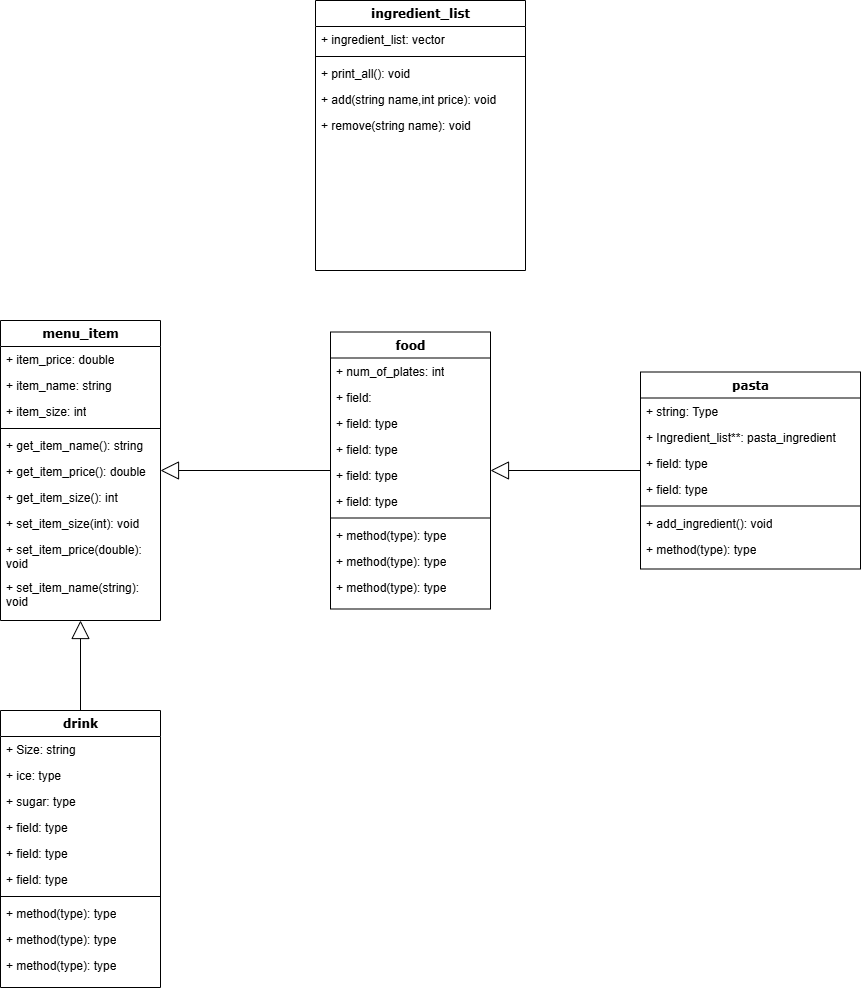
Earlier version of the draw.io export UML.png (SohamA12345/Project). Source tidied: cells renumbered, new cells last; positions are measured from the earlier drawing's top-left corner, leaving out a move shared by most shapes.
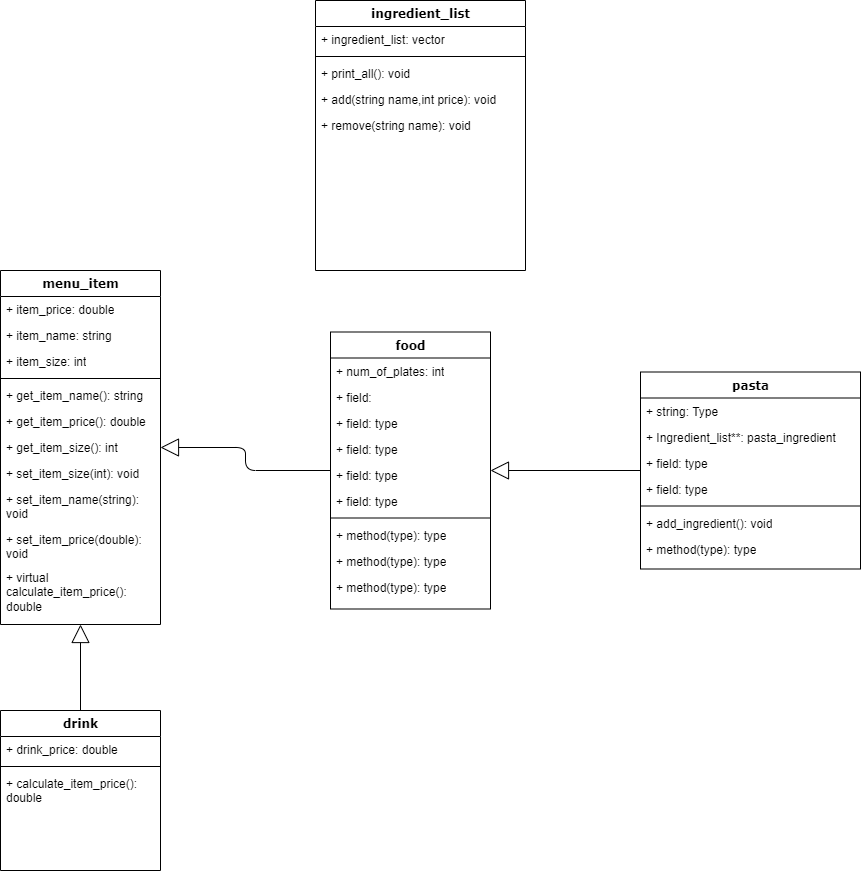
Later version of the same file.

The edit, as a diff of the source:
```diff
@@ -3,7 +3,7 @@
     <mxCell id="0" />
     <mxCell id="1" parent="0" />
     <mxCell id="2" value="&lt;div&gt;menu_item&lt;br&gt;&lt;/div&gt;" style="swimlane;html=1;fontStyle=1;align=center;verticalAlign=top;horizontal=1;startSize=26;swimlaneFillColor=#ffffff;rounded=0;shadow=0;comic=0;labelBackgroundColor=none;strokeWidth=1;fillColor=none;fontFamily=Verdana;fontSize=12;" parent="1" vertex="1">
-      <mxGeometry y="320" width="160" height="300" as="geometry" />
+      <mxGeometry y="270" width="160" height="354" as="geometry" />
     </mxCell>
     <mxCell id="3" value="+ item_price: double" style="text;html=1;strokeColor=none;fillColor=none;align=left;verticalAlign=top;spacingLeft=4;spacingRight=4;whiteSpace=wrap;overflow=hidden;" parent="2" vertex="1">
       <mxGeometry y="26" width="160" height="26" as="geometry" />
@@ -29,12 +29,15 @@
     <mxCell id="10" value="+ set_item_size(int): void" style="text;html=1;strokeColor=none;fillColor=none;align=left;verticalAlign=top;spacingLeft=4;spacingRight=4;whiteSpace=wrap;overflow=hidden;" parent="2" vertex="1">
       <mxGeometry y="190" width="160" height="26" as="geometry" />
     </mxCell>
+    <mxCell id="12" value="+ set_item_name(string): void" style="text;html=1;strokeColor=none;fillColor=none;align=left;verticalAlign=top;spacingLeft=4;spacingRight=4;whiteSpace=wrap;overflow=hidden;" parent="2" vertex="1">
+      <mxGeometry y="216" width="160" height="40" as="geometry" />
+    </mxCell>
     <mxCell id="11" value="+ set_item_price(double): void" style="text;html=1;strokeColor=none;fillColor=none;align=left;verticalAlign=top;spacingLeft=4;spacingRight=4;whiteSpace=wrap;overflow=hidden;" parent="2" vertex="1">
-      <mxGeometry y="216" width="160" height="38" as="geometry" />
+      <mxGeometry y="256" width="160" height="38" as="geometry" />
     </mxCell>
-    <mxCell id="12" value="+ set_item_name(string): void" style="text;html=1;strokeColor=none;fillColor=none;align=left;verticalAlign=top;spacingLeft=4;spacingRight=4;whiteSpace=wrap;overflow=hidden;" parent="2" vertex="1">
-      <mxGeometry y="254" width="160" height="40" as="geometry" />
-    </mxCell>
+    <mxCell id="52" value="+ virtual calculate_item_price(): double" style="text;html=1;strokeColor=none;fillColor=none;align=left;verticalAlign=top;spacingLeft=4;spacingRight=4;whiteSpace=wrap;overflow=hidden;" parent="2" vertex="1">
+      <mxGeometry y="294" width="160" height="60" as="geometry" />
+    </mxCell>
     <mxCell id="13" style="edgeStyle=orthogonalEdgeStyle;html=1;labelBackgroundColor=none;startFill=0;startSize=8;endArrow=block;endFill=0;endSize=16;fontFamily=Verdana;fontSize=12;elbow=vertical;rounded=1;strokeColor=default;align=center;verticalAlign=middle;fontColor=default;" parent="1" edge="1" source="25" target="14">
       <mxGeometry relative="1" as="geometry" />
     </mxCell>
@@ -102,38 +105,17 @@
       <mxGeometry relative="1" as="geometry" />
     </mxCell>
     <mxCell id="35" value="drink" style="swimlane;html=1;fontStyle=1;align=center;verticalAlign=top;horizontal=1;startSize=26;swimlaneFillColor=#ffffff;rounded=0;shadow=0;comic=0;labelBackgroundColor=none;strokeWidth=1;fillColor=none;fontFamily=Verdana;fontSize=12;" parent="1" vertex="1">
-      <mxGeometry y="710" width="160" height="277" as="geometry" />
+      <mxGeometry y="710" width="160" height="160" as="geometry" />
     </mxCell>
-    <mxCell id="36" value="+ Size: string" style="text;html=1;strokeColor=none;fillColor=none;align=left;verticalAlign=top;spacingLeft=4;spacingRight=4;whiteSpace=wrap;overflow=hidden;" parent="35" vertex="1">
+    <mxCell id="36" value="+ drink_price: double" style="text;html=1;strokeColor=none;fillColor=none;align=left;verticalAlign=top;spacingLeft=4;spacingRight=4;whiteSpace=wrap;overflow=hidden;" parent="35" vertex="1">
       <mxGeometry y="26" width="160" height="26" as="geometry" />
     </mxCell>
-    <mxCell id="37" value="+ ice: type" style="text;html=1;strokeColor=none;fillColor=none;align=left;verticalAlign=top;spacingLeft=4;spacingRight=4;whiteSpace=wrap;overflow=hidden;" parent="35" vertex="1">
-      <mxGeometry y="52" width="160" height="26" as="geometry" />
-    </mxCell>
-    <mxCell id="38" value="+ sugar: type" style="text;html=1;strokeColor=none;fillColor=none;align=left;verticalAlign=top;spacingLeft=4;spacingRight=4;whiteSpace=wrap;overflow=hidden;" parent="35" vertex="1">
-      <mxGeometry y="78" width="160" height="26" as="geometry" />
-    </mxCell>
-    <mxCell id="39" value="+ field: type" style="text;html=1;strokeColor=none;fillColor=none;align=left;verticalAlign=top;spacingLeft=4;spacingRight=4;whiteSpace=wrap;overflow=hidden;" parent="35" vertex="1">
-      <mxGeometry y="104" width="160" height="26" as="geometry" />
-    </mxCell>
-    <mxCell id="40" value="+ field: type" style="text;html=1;strokeColor=none;fillColor=none;align=left;verticalAlign=top;spacingLeft=4;spacingRight=4;whiteSpace=wrap;overflow=hidden;" parent="35" vertex="1">
-      <mxGeometry y="130" width="160" height="26" as="geometry" />
-    </mxCell>
-    <mxCell id="41" value="+ field: type" style="text;html=1;strokeColor=none;fillColor=none;align=left;verticalAlign=top;spacingLeft=4;spacingRight=4;whiteSpace=wrap;overflow=hidden;" parent="35" vertex="1">
-      <mxGeometry y="156" width="160" height="26" as="geometry" />
-    </mxCell>
     <mxCell id="42" style="line;html=1;strokeWidth=1;fillColor=none;align=left;verticalAlign=middle;spacingTop=-1;spacingLeft=3;spacingRight=3;labelPosition=right;" parent="35" vertex="1">
-      <mxGeometry y="182" width="160" height="8" as="geometry" />
+      <mxGeometry y="52" width="160" height="8" as="geometry" />
     </mxCell>
-    <mxCell id="43" value="+ method(type): type" style="text;html=1;strokeColor=none;fillColor=none;align=left;verticalAlign=top;spacingLeft=4;spacingRight=4;whiteSpace=wrap;overflow=hidden;" parent="35" vertex="1">
-      <mxGeometry y="190" width="160" height="26" as="geometry" />
+    <mxCell id="43" value="+ calculate_item_price(): double&lt;div&gt;&lt;br&gt;&lt;/div&gt;" style="text;html=1;strokeColor=none;fillColor=none;align=left;verticalAlign=top;spacingLeft=4;spacingRight=4;whiteSpace=wrap;overflow=hidden;" parent="35" vertex="1">
+      <mxGeometry y="60" width="160" height="40" as="geometry" />
     </mxCell>
-    <mxCell id="44" value="+ method(type): type" style="text;html=1;strokeColor=none;fillColor=none;align=left;verticalAlign=top;spacingLeft=4;spacingRight=4;whiteSpace=wrap;overflow=hidden;" parent="35" vertex="1">
-      <mxGeometry y="216" width="160" height="26" as="geometry" />
-    </mxCell>
-    <mxCell id="45" value="+ method(type): type" style="text;html=1;strokeColor=none;fillColor=none;align=left;verticalAlign=top;spacingLeft=4;spacingRight=4;whiteSpace=wrap;overflow=hidden;" parent="35" vertex="1">
-      <mxGeometry y="242" width="160" height="26" as="geometry" />
-    </mxCell>
     <mxCell id="46" value="ingredient_list" style="swimlane;html=1;fontStyle=1;align=center;verticalAlign=top;horizontal=1;startSize=26;swimlaneFillColor=#ffffff;rounded=0;shadow=0;comic=0;labelBackgroundColor=none;strokeWidth=1;fillColor=none;fontFamily=Verdana;fontSize=12;" parent="1" vertex="1">
       <mxGeometry x="315" width="210" height="270" as="geometry" />
     </mxCell>
@@ -152,5 +134,8 @@
     <mxCell id="51" value="+ remove(string name): void" style="text;html=1;strokeColor=none;fillColor=none;align=left;verticalAlign=top;spacingLeft=4;spacingRight=4;whiteSpace=wrap;overflow=hidden;" parent="46" vertex="1">
       <mxGeometry y="112" width="210" height="26" as="geometry" />
     </mxCell>
+    <mxCell id="53" style="rounded=0;jettySize=auto;html=1;entryX=0.5;entryY=1;entryDx=0;entryDy=0;shape=arrow;" parent="1" edge="1" source="x" target="35">
+      <mxGeometry relative="1" as="geometry" />
+    </mxCell>
   </root>
 </mxGraphModel>
```
